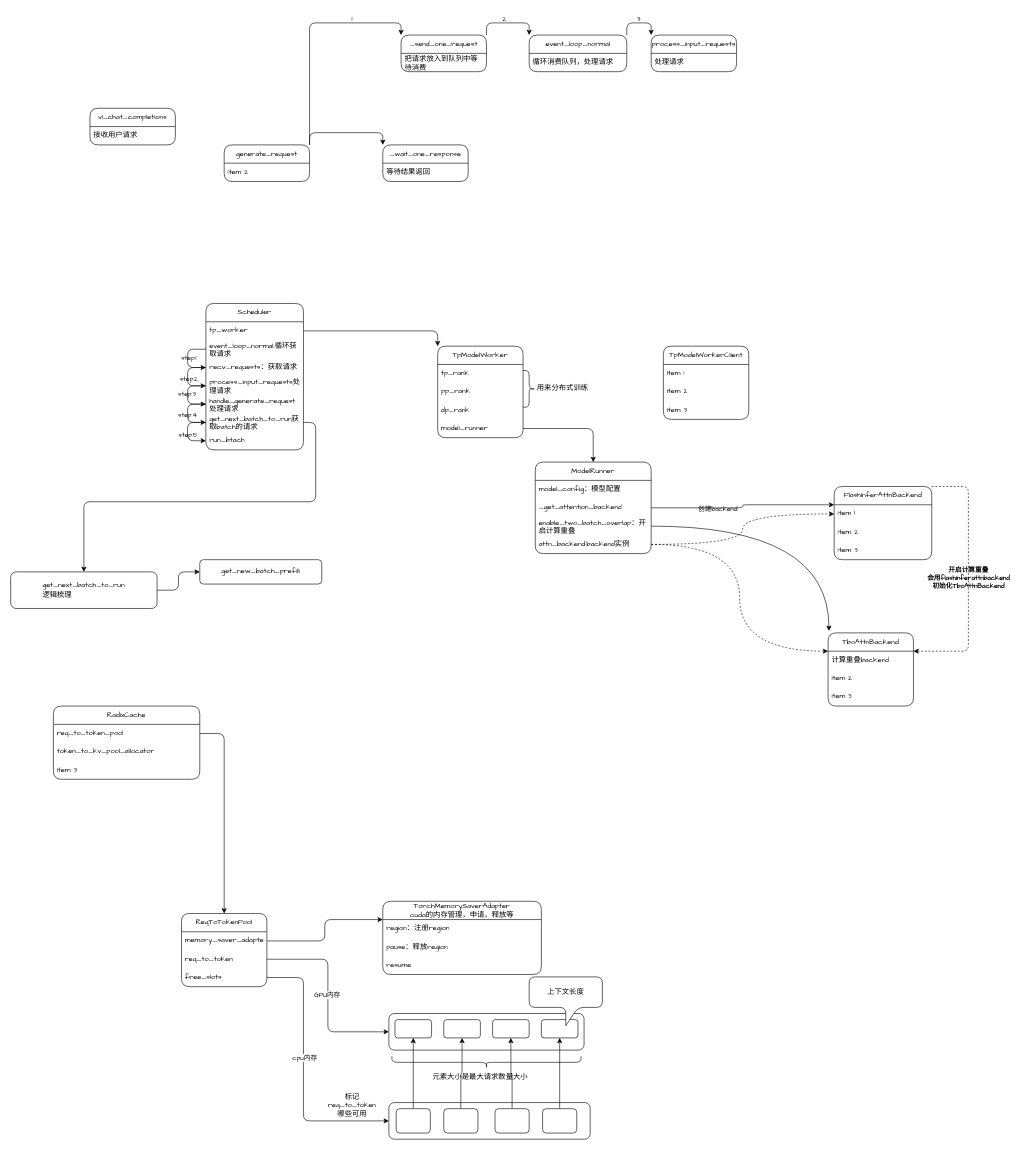
The draw.io diagram sglang.drawio in beijingqiuchang/drawio, before the edit. Source tidied: cells renumbered, new cells numbered last; positions are measured from the earlier drawing's top-left corner, leaving out a move shared by most shapes. Both pictures are drawn from the tidied source at 61%, with x=0, y=0 at pixel (10, 10).
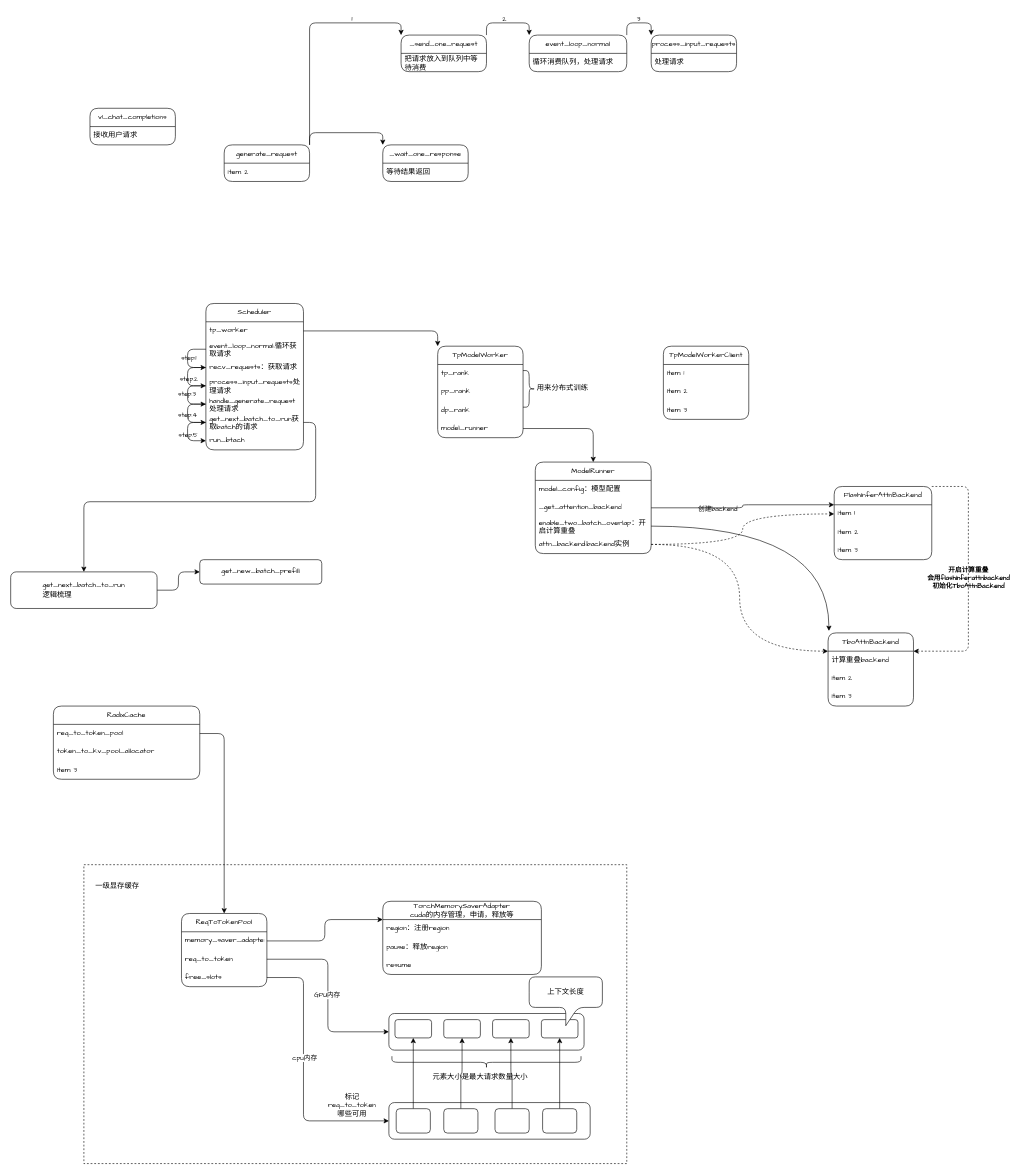
The same page after the edit.

Change to the diagram source:
```diff
@@
+    <mxCell id="112" style="rounded=0;whiteSpace=wrap;html=1;dashed=1;" parent="1" vertex="1">
+      <mxGeometry x="120" y="1400" width="890" height="490" as="geometry" />
+    </mxCell>
@@
+    <mxCell id="113" value="一级显存缓存" style="text;html=1;whiteSpace=wrap;strokeColor=none;fillColor=none;align=center;verticalAlign=middle;rounded=0;" parent="1" vertex="1">
+      <mxGeometry x="130" y="1420" width="90" height="30" as="geometry" />
+    </mxCell>
```
